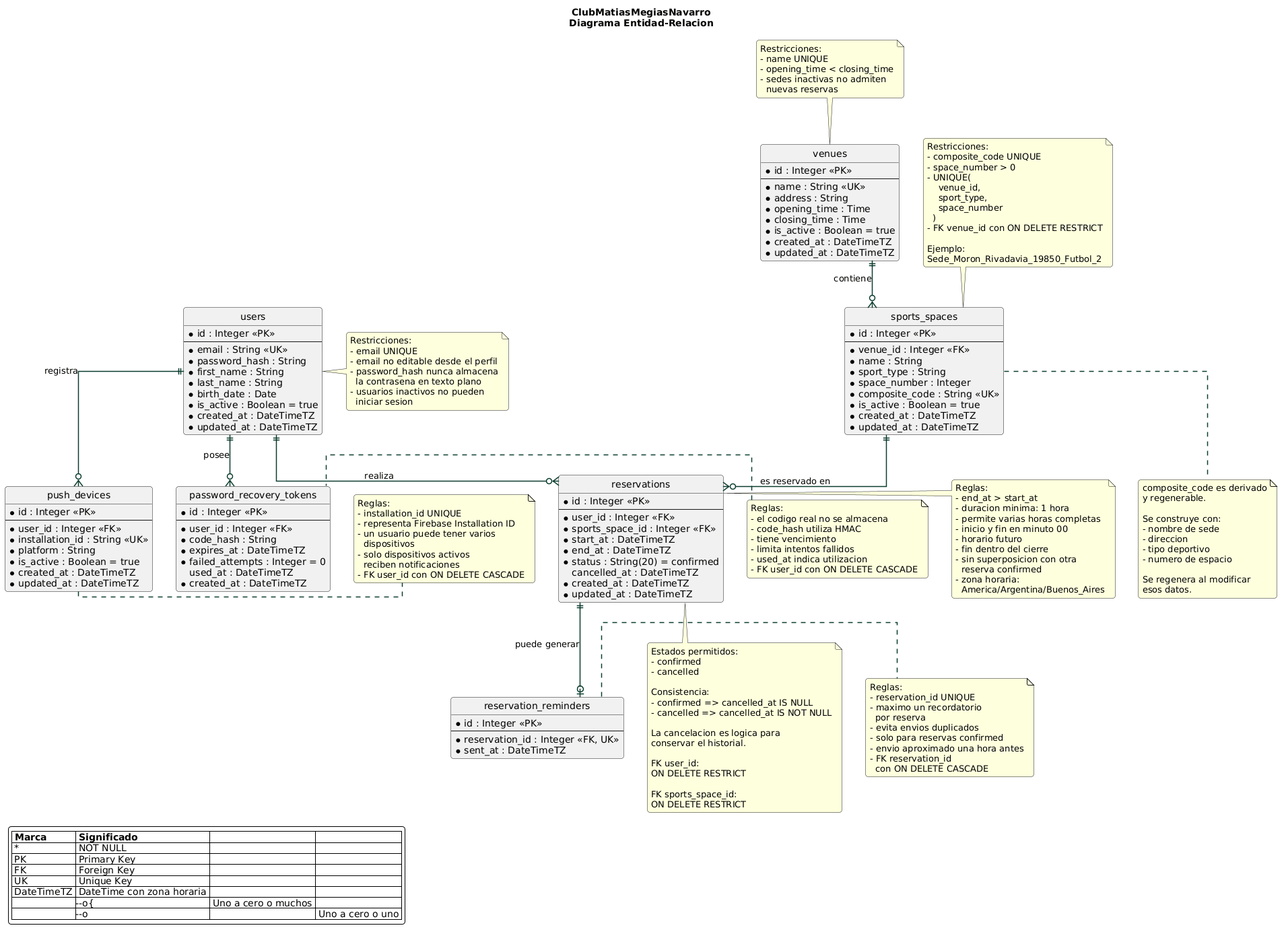
Above: docs/modelo-datos/ClubMatiasMegiasNavarro_DER.png in MatiasNavarroMegias/ClubMatiasMegiasNavarro (PlantUML), before the change. The source it was exported from:
```plantuml
@startuml
title ClubMatiasMegiasNavarro\nDiagrama Entidad-Relacion

hide circle
hide methods
hide stereotypes

skinparam backgroundColor #FFFFFF
skinparam shadowing false
skinparam roundcorner 8

skinparam entity {
  BackgroundColor #F7FAF8
  BorderColor #0B3D2E
  FontColor #17211D
  HeaderBackgroundColor #0B3D2E
  HeaderFontColor #FFFFFF
}

skinparam ArrowColor #0B3D2E
skinparam ArrowThickness 1.5
skinparam linetype ortho


entity "users" as User {
  * id : Integer <<PK>>
  --
  * email : String <<UK>>
  * password_hash : String
  * first_name : String
  * last_name : String
  * birth_date : Date
  * is_active : Boolean = true
  * created_at : DateTimeTZ
  * updated_at : DateTimeTZ
}

entity "password_recovery_tokens" as PasswordRecoveryToken {
  * id : Integer <<PK>>
  --
  * user_id : Integer <<FK>>
  * code_hash : String
  * expires_at : DateTimeTZ
  * failed_attempts : Integer = 0
  used_at : DateTimeTZ
  * created_at : DateTimeTZ
}

entity "venues" as Venue {
  * id : Integer <<PK>>
  --
  * name : String <<UK>>
  * address : String
  * opening_time : Time
  * closing_time : Time
  * is_active : Boolean = true
  * created_at : DateTimeTZ
  * updated_at : DateTimeTZ
}

entity "sports_spaces" as SportsSpace {
  * id : Integer <<PK>>
  --
  * venue_id : Integer <<FK>>
  * name : String
  * sport_type : String
  * space_number : Integer
  * composite_code : String <<UK>>
  * is_active : Boolean = true
  * created_at : DateTimeTZ
  * updated_at : DateTimeTZ
}

entity "reservations" as Reservation {
  * id : Integer <<PK>>
  --
  * user_id : Integer <<FK>>
  * sports_space_id : Integer <<FK>>
  * start_at : DateTimeTZ
  * end_at : DateTimeTZ
  * status : String(20) = confirmed
  cancelled_at : DateTimeTZ
  * created_at : DateTimeTZ
  * updated_at : DateTimeTZ
}

entity "push_devices" as PushDevice {
  * id : Integer <<PK>>
  --
  * user_id : Integer <<FK>>
  * installation_id : String <<UK>>
  * platform : String
  * is_active : Boolean = true
  * created_at : DateTimeTZ
  * updated_at : DateTimeTZ
}

entity "reservation_reminders" as ReservationReminder {
  * id : Integer <<PK>>
  --
  * reservation_id : Integer <<FK, UK>>
  * sent_at : DateTimeTZ
}


User ||--o{ PasswordRecoveryToken : "posee"
User ||--o{ Reservation : "realiza"
User ||--o{ PushDevice : "registra"

Venue ||--o{ SportsSpace : "contiene"

SportsSpace ||--o{ Reservation : "es reservado en"

Reservation ||--o| ReservationReminder : "puede generar"


note right of User
  Restricciones:
  - email UNIQUE
  - email no editable desde el perfil
  - password_hash nunca almacena
    la contrasena en texto plano
  - usuarios inactivos no pueden
    iniciar sesion
end note

note left of PasswordRecoveryToken
  Reglas:
  - el codigo real no se almacena
  - code_hash utiliza HMAC
  - tiene vencimiento
  - limita intentos fallidos
  - used_at indica utilizacion
  - FK user_id con ON DELETE CASCADE
end note

note top of Venue
  Restricciones:
  - name UNIQUE
  - opening_time < closing_time
  - sedes inactivas no admiten
    nuevas reservas
end note

note top of SportsSpace
  Restricciones:
  - composite_code UNIQUE
  - space_number > 0
  - UNIQUE(
      venue_id,
      sport_type,
      space_number
    )
  - FK venue_id con ON DELETE RESTRICT

  Ejemplo:
  Sede_Moron_Rivadavia_19850_Futbol_2
end note

note bottom of SportsSpace
  composite_code es derivado
  y regenerable.

  Se construye con:
  - nombre de sede
  - direccion
  - tipo deportivo
  - numero de espacio

  Se regenera al modificar
  esos datos.
end note

note right of Reservation
  Reglas:
  - end_at > start_at
  - duracion minima: 1 hora
  - permite varias horas completas
  - inicio y fin en minuto 00
  - horario futuro
  - fin dentro del cierre
  - sin superposicion con otra
    reserva confirmed
  - zona horaria:
    America/Argentina/Buenos_Aires
end note

note bottom of Reservation
  Estados permitidos:
  - confirmed
  - cancelled

  Consistencia:
  - confirmed => cancelled_at IS NULL
  - cancelled => cancelled_at IS NOT NULL

  La cancelacion es logica para
  conservar el historial.

  FK user_id:
  ON DELETE RESTRICT

  FK sports_space_id:
  ON DELETE RESTRICT
end note

note right of PushDevice
  Reglas:
  - installation_id UNIQUE
  - representa Firebase Installation ID
  - un usuario puede tener varios
    dispositivos
  - solo dispositivos activos
    reciben notificaciones
  - FK user_id con ON DELETE CASCADE
end note

note right of ReservationReminder
  Reglas:
  - reservation_id UNIQUE
  - maximo un recordatorio
    por reserva
  - evita envios duplicados
  - solo para reservas confirmed
  - envio aproximado una hora antes
  - FK reservation_id
    con ON DELETE CASCADE
end note


legend bottom left
  |= Marca |= Significado |
  | * | NOT NULL |
  | PK | Primary Key |
  | FK | Foreign Key |
  | UK | Unique Key |
  | DateTimeTZ | DateTime con zona horaria |
  | ||--o{ | Uno a cero o muchos |
  | ||--o| | Uno a cero o uno |
endlegend
@enduml
```
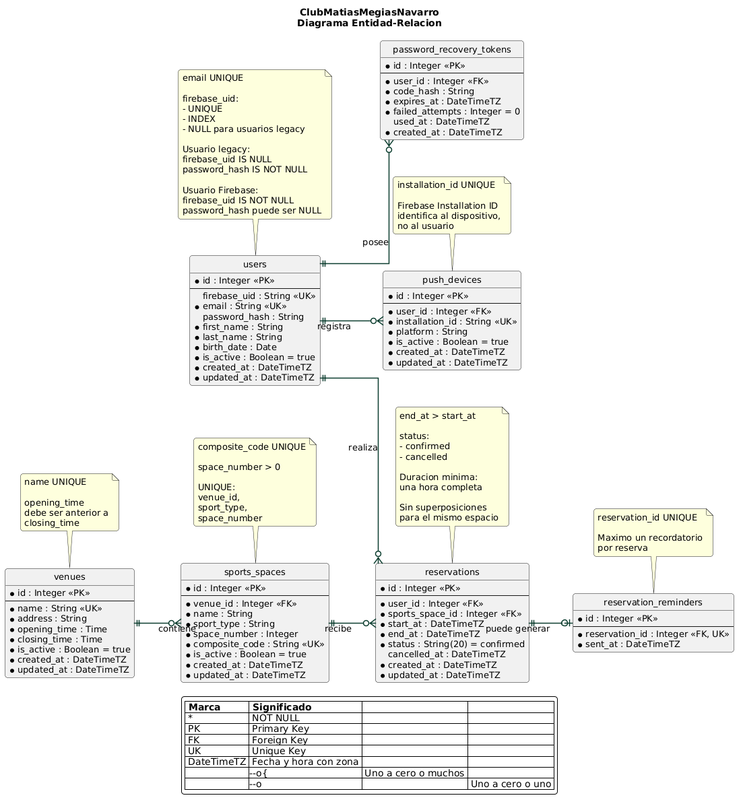
The same diagram one commit later.

Commit message:
docs(project): add Firebase Auth and cron diagrams

The edit, as a diff of the source:
```diff
@@ -1,5 +1,7 @@
 @startuml
 title ClubMatiasMegiasNavarro\nDiagrama Entidad-Relacion
+
+left to right direction
 
 hide circle
 hide methods
@@ -8,6 +10,13 @@
 skinparam backgroundColor #FFFFFF
 skinparam shadowing false
 skinparam roundcorner 8
+skinparam linetype ortho
+skinparam ArrowColor #0B3D2E
+skinparam ArrowThickness 1.5
+skinparam defaultFontName Arial
+skinparam defaultFontSize 13
+skinparam nodesep 55
+skinparam ranksep 65
 
 skinparam entity {
   BackgroundColor #F7FAF8
@@ -17,16 +26,13 @@
   HeaderFontColor #FFFFFF
 }
 
-skinparam ArrowColor #0B3D2E
-skinparam ArrowThickness 1.5
-skinparam linetype ortho
-
 
 entity "users" as User {
   * id : Integer <<PK>>
   --
+  firebase_uid : String <<UK>>
   * email : String <<UK>>
-  * password_hash : String
+  password_hash : String
   * first_name : String
   * last_name : String
   * birth_date : Date
@@ -34,6 +40,7 @@
   * created_at : DateTimeTZ
   * updated_at : DateTimeTZ
 }
+
 
 entity "password_recovery_tokens" as PasswordRecoveryToken {
   * id : Integer <<PK>>
@@ -46,6 +53,7 @@
   * created_at : DateTimeTZ
 }
 
+
 entity "venues" as Venue {
   * id : Integer <<PK>>
   --
@@ -57,6 +65,7 @@
   * created_at : DateTimeTZ
   * updated_at : DateTimeTZ
 }
+
 
 entity "sports_spaces" as SportsSpace {
   * id : Integer <<PK>>
@@ -71,6 +80,7 @@
   * updated_at : DateTimeTZ
 }
 
+
 entity "reservations" as Reservation {
   * id : Integer <<PK>>
   --
@@ -84,6 +94,7 @@
   * updated_at : DateTimeTZ
 }
 
+
 entity "push_devices" as PushDevice {
   * id : Integer <<PK>>
   --
@@ -94,6 +105,7 @@
   * created_at : DateTimeTZ
   * updated_at : DateTimeTZ
 }
+
 
 entity "reservation_reminders" as ReservationReminder {
   * id : Integer <<PK>>
@@ -108,133 +120,84 @@
 User ||--o{ PushDevice : "registra"
 
 Venue ||--o{ SportsSpace : "contiene"
-
-SportsSpace ||--o{ Reservation : "es reservado en"
+SportsSpace ||--o{ Reservation : "recibe"
 
 Reservation ||--o| ReservationReminder : "puede generar"
 
 
-note right of User
-  Restricciones:
-  - email UNIQUE
-  - email no editable desde el perfil
-  - password_hash nunca almacena
-    la contrasena en texto plano
-  - usuarios inactivos no pueden
-    iniciar sesion
-end note
+note top of User
+  email UNIQUE
 
-note left of PasswordRecoveryToken
-  Reglas:
-  - el codigo real no se almacena
-  - code_hash utiliza HMAC
-  - tiene vencimiento
-  - limita intentos fallidos
-  - used_at indica utilizacion
-  - FK user_id con ON DELETE CASCADE
+  firebase_uid:
+  - UNIQUE
+  - INDEX
+  - NULL para usuarios legacy
+
+  Usuario legacy:
+  firebase_uid IS NULL
+  password_hash IS NOT NULL
+
+  Usuario Firebase:
+  firebase_uid IS NOT NULL
+  password_hash puede ser NULL
 end note
 
 note top of Venue
-  Restricciones:
-  - name UNIQUE
-  - opening_time < closing_time
-  - sedes inactivas no admiten
-    nuevas reservas
+  name UNIQUE
+
+  opening_time
+  debe ser anterior a
+  closing_time
 end note
 
 note top of SportsSpace
-  Restricciones:
-  - composite_code UNIQUE
-  - space_number > 0
-  - UNIQUE(
-      venue_id,
-      sport_type,
-      space_number
-    )
-  - FK venue_id con ON DELETE RESTRICT
+  composite_code UNIQUE
 
-  Ejemplo:
-  Sede_Moron_Rivadavia_19850_Futbol_2
+  space_number > 0
+
+  UNIQUE:
+  venue_id,
+  sport_type,
+  space_number
 end note
 
-note bottom of SportsSpace
-  composite_code es derivado
-  y regenerable.
+note top of Reservation
+  end_at > start_at
 
-  Se construye con:
-  - nombre de sede
-  - direccion
-  - tipo deportivo
-  - numero de espacio
-
-  Se regenera al modificar
-  esos datos.
-end note
-
-note right of Reservation
-  Reglas:
-  - end_at > start_at
-  - duracion minima: 1 hora
-  - permite varias horas completas
-  - inicio y fin en minuto 00
-  - horario futuro
-  - fin dentro del cierre
-  - sin superposicion con otra
-    reserva confirmed
-  - zona horaria:
-    America/Argentina/Buenos_Aires
-end note
-
-note bottom of Reservation
-  Estados permitidos:
+  status:
   - confirmed
   - cancelled
 
-  Consistencia:
-  - confirmed => cancelled_at IS NULL
-  - cancelled => cancelled_at IS NOT NULL
+  Duracion minima:
+  una hora completa
 
-  La cancelacion es logica para
-  conservar el historial.
-
-  FK user_id:
-  ON DELETE RESTRICT
-
-  FK sports_space_id:
-  ON DELETE RESTRICT
+  Sin superposiciones
+  para el mismo espacio
 end note
 
-note right of PushDevice
-  Reglas:
-  - installation_id UNIQUE
-  - representa Firebase Installation ID
-  - un usuario puede tener varios
-    dispositivos
-  - solo dispositivos activos
-    reciben notificaciones
-  - FK user_id con ON DELETE CASCADE
+note top of PushDevice
+  installation_id UNIQUE
+
+  Firebase Installation ID
+  identifica al dispositivo,
+  no al usuario
 end note
 
-note right of ReservationReminder
-  Reglas:
-  - reservation_id UNIQUE
-  - maximo un recordatorio
-    por reserva
-  - evita envios duplicados
-  - solo para reservas confirmed
-  - envio aproximado una hora antes
-  - FK reservation_id
-    con ON DELETE CASCADE
+note top of ReservationReminder
+  reservation_id UNIQUE
+
+  Maximo un recordatorio
+  por reserva
 end note
 
 
-legend bottom left
+legend bottom
   |= Marca |= Significado |
   | * | NOT NULL |
   | PK | Primary Key |
   | FK | Foreign Key |
   | UK | Unique Key |
-  | DateTimeTZ | DateTime con zona horaria |
+  | DateTimeTZ | Fecha y hora con zona |
   | ||--o{ | Uno a cero o muchos |
   | ||--o| | Uno a cero o uno |
 endlegend
```
